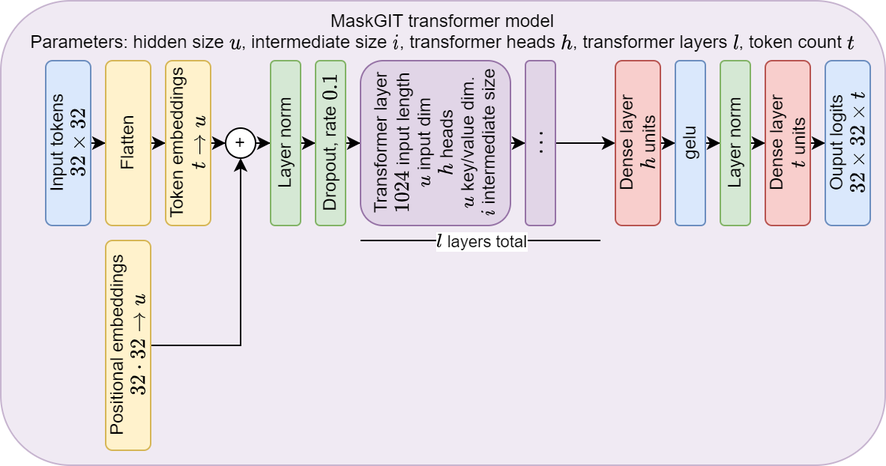
Above: thesis/images/maskgit.drawio.png in Matezzzz/Image_outpainting (draw.io), before the change. Source tidied: cells renumbered, new cells last; positions are measured from the earlier drawing's top-left corner, leaving out a move shared by most shapes.
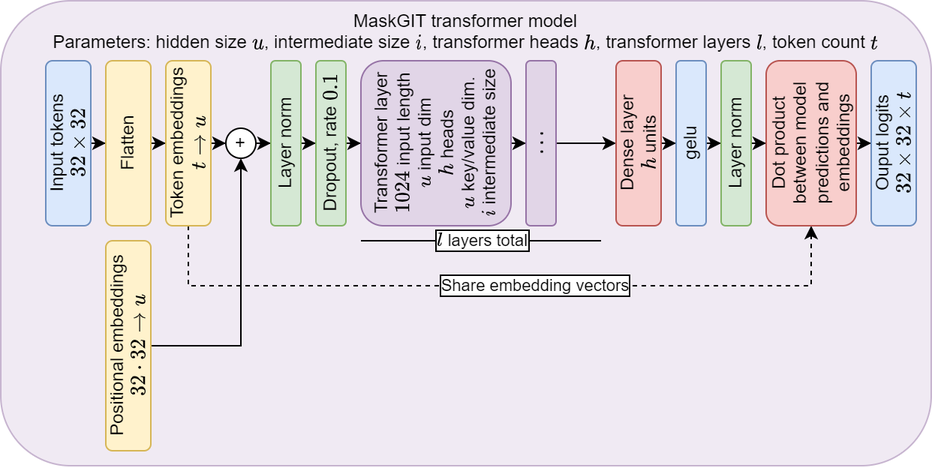
Above is the later version.

What changed in the source:
```diff
@@ -3,7 +3,7 @@
     <mxCell id="0" />
     <mxCell id="1" parent="0" />
     <mxCell id="2" value="MaskGIT transformer model&lt;br&gt;Parameters: hidden size \(u\), intermediate size \(i\), transformer heads \(h\), transformer layers \(l\), token count \(t\)" style="rounded=1;whiteSpace=wrap;html=1;verticalAlign=top;fillColor=#e1d5e7;strokeColor=#9673a6;opacity=50;" parent="1" vertex="1">
-      <mxGeometry width="590" height="310" as="geometry" />
+      <mxGeometry width="620" height="310" as="geometry" />
     </mxCell>
     <mxCell id="3" style="edgeStyle=orthogonalEdgeStyle;rounded=0;jettySize=auto;html=1;" parent="1" edge="1" source="4" target="17">
       <mxGeometry relative="1" as="geometry" />
@@ -50,6 +50,17 @@
     <mxCell id="17" value="Flatten" style="rounded=1;whiteSpace=wrap;html=1;horizontal=0;fillColor=#fff2cc;strokeColor=#d6b656;" parent="1" vertex="1">
       <mxGeometry x="70" y="40" width="30" height="110" as="geometry" />
     </mxCell>
+    <mxCell id="32" style="edgeStyle=elbowEdgeStyle;rounded=0;jettySize=auto;html=1;dashed=1;elbow=vertical;" parent="1" edge="1" source="18" target="31">
+      <mxGeometry relative="1" as="geometry">
+        <Array as="points">
+          <mxPoint x="460" y="190" />
+          <mxPoint x="330" y="180" />
+        </Array>
+      </mxGeometry>
+    </mxCell>
+    <mxCell id="33" value="Share embedding vectors" style="edgeLabel;html=1;align=center;verticalAlign=middle;labelBorderColor=default;" parent="32" vertex="1">
+      <mxGeometry x="0.09" relative="1" as="geometry" />
+    </mxCell>
     <mxCell id="18" value="Token embeddings&lt;br&gt;\(t \rightarrow u \)" style="rounded=1;whiteSpace=wrap;html=1;horizontal=0;fillColor=#fff2cc;strokeColor=#d6b656;" parent="1" vertex="1">
       <mxGeometry x="110" y="40" width="30" height="110" as="geometry" />
     </mxCell>
@@ -65,7 +76,7 @@
         <mxPoint x="400" y="160" as="targetPoint" />
       </mxGeometry>
     </mxCell>
-    <mxCell id="22" value="\(l\) layers total" style="edgeLabel;html=1;align=center;verticalAlign=middle;labelBackgroundColor=default;" parent="21" vertex="1">
+    <mxCell id="22" value="\(l\) layers total" style="edgeLabel;html=1;align=center;verticalAlign=middle;labelBackgroundColor=default;labelBorderColor=default;spacingLeft=0;fontSize=11;" parent="21" vertex="1">
       <mxGeometry x="0.23" relative="1" as="geometry">
         <mxPoint x="-18" as="offset" />
       </mxGeometry>
@@ -92,10 +103,10 @@
       <mxGeometry x="480" y="40" width="20" height="110" as="geometry" />
     </mxCell>
     <mxCell id="30" value="Ouput logits&lt;br&gt;\(32 \times 32 \times t\)" style="rounded=1;whiteSpace=wrap;html=1;horizontal=0;fillColor=#dae8fc;strokeColor=#6c8ebf;" parent="1" vertex="1">
-      <mxGeometry x="550" y="40" width="30" height="110" as="geometry" />
+      <mxGeometry x="580" y="40" width="30" height="110" as="geometry" />
     </mxCell>
-    <mxCell id="31" value="Dense layer&lt;br&gt;\(t\) units" style="whiteSpace=wrap;html=1;fillColor=#f8cecc;strokeColor=#b85450;rounded=1;horizontal=0;" parent="1" vertex="1">
-      <mxGeometry x="510" y="40" width="30" height="110" as="geometry" />
+    <mxCell id="31" value="Dot product between model predictions and embeddings" style="whiteSpace=wrap;html=1;fillColor=#f8cecc;strokeColor=#b85450;rounded=1;horizontal=0;" parent="1" vertex="1">
+      <mxGeometry x="510" y="40" width="60" height="110" as="geometry" />
     </mxCell>
   </root>
 </mxGraphModel>
```
